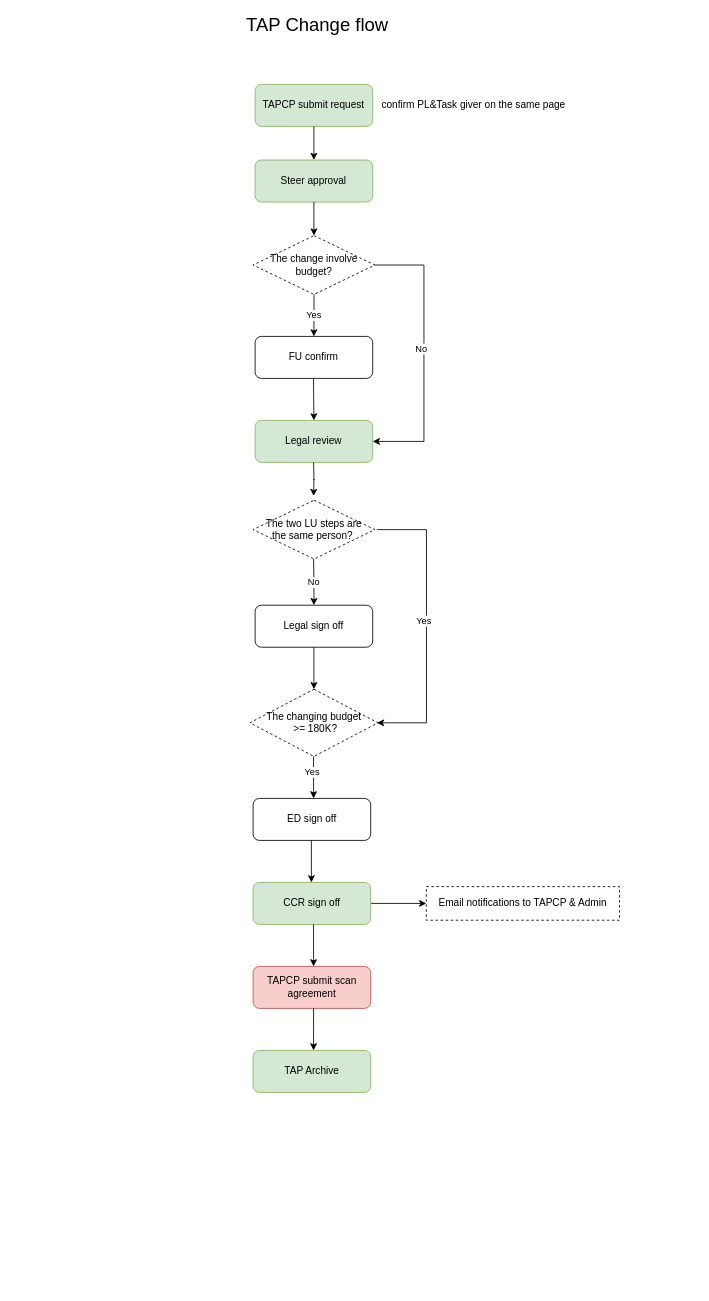
This is Untitled Diagram.drawio from ruibei/greenpeace_datahub, a draw.io file, before an edit. Source tidied: cells renumbered, new cells numbered last; positions are measured from the earlier drawing's top-left corner, leaving out a move shared by most shapes. Both pictures are drawn from the tidied source at 84%, with x=0, y=0 at pixel (241, 17).
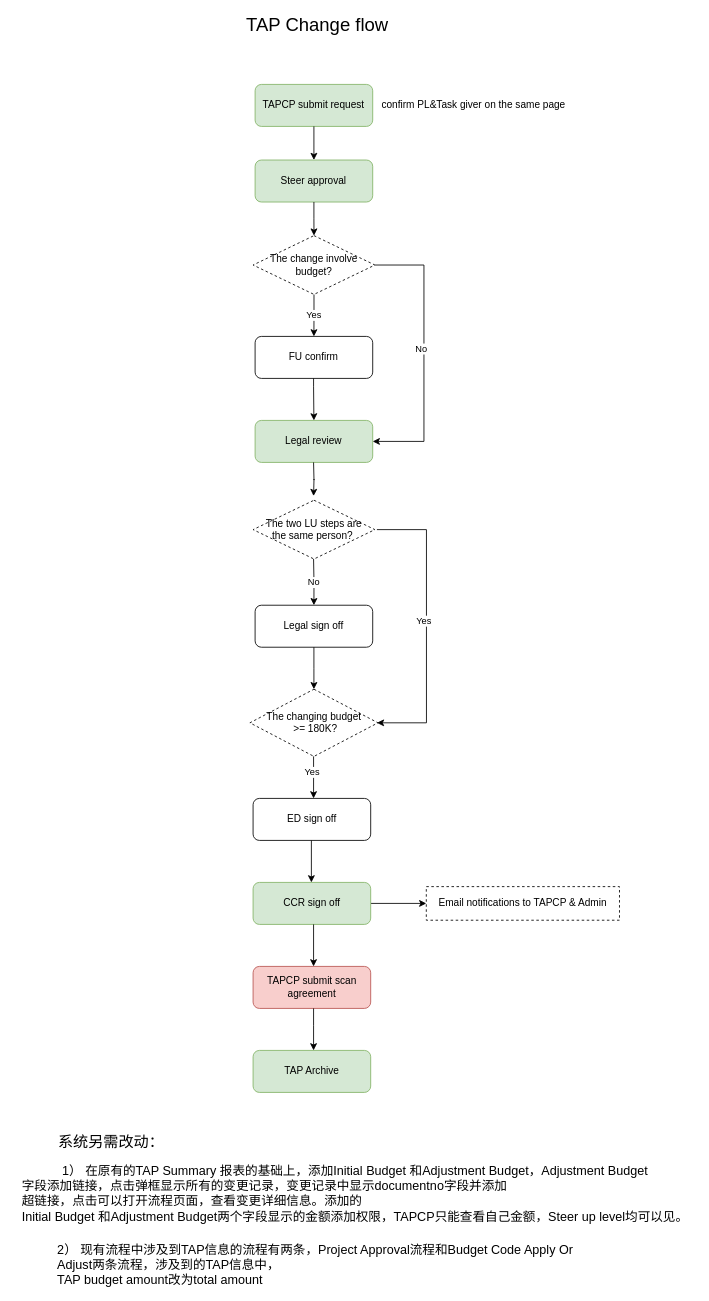
The same diagram, later.

Diff of the diagram source:
```diff
@@
+    <mxCell id="34" value="&lt;font style=&quot;font-size: 18px&quot;&gt;系统另需改动：&lt;/font&gt;" style="text;html=1;align=left;verticalAlign=middle;" parent="1" vertex="1">
+      <mxGeometry x="-220" y="1330" width="140" height="20" as="geometry" />
+    </mxCell>
+    <mxCell id="35" value="&lt;font style=&quot;font-size: 15px&quot;&gt;&lt;span style=&quot;text-align: left&quot;&gt;1）&amp;nbsp;&lt;/span&gt;&lt;span style=&quot;text-align: left&quot;&gt;在原有的TAP Summary 报表的基础上，添加Initial Budget 和Adjustment Budget，&lt;/span&gt;&lt;span style=&quot;text-align: left&quot;&gt;Adjustment Budget&lt;/span&gt;&lt;/font&gt;&lt;div style=&quot;text-align: left ; font-size: 15px&quot;&gt;&lt;font style=&quot;font-size: 15px&quot;&gt;字段添加链接，点击弹框显示所有的变更记录，变更记录中显示documentno字段并添加&lt;/font&gt;&lt;/div&gt;&lt;div style=&quot;text-align: left ; font-size: 15px&quot;&gt;&lt;font style=&quot;font-size: 15px&quot;&gt;超链接，点击可以打开流程页面，查看变更详细信息。添加的&lt;/font&gt;&lt;/div&gt;&lt;font style=&quot;font-size: 15px&quot;&gt;&lt;span style=&quot;text-align: left&quot;&gt;Initial Budget 和Adjustment Budget&lt;/span&gt;&lt;span style=&quot;text-align: left&quot;&gt;两个字段显示的金额添加权限，TAPCP只能查看自己金额，Steer up level均可以见。&lt;/span&gt;&lt;/font&gt;" style="text;html=1;align=center;verticalAlign=middle;" parent="1" vertex="1">
+      <mxGeometry x="-270" y="1370" width="810" height="60" as="geometry" />
+    </mxCell>
+    <mxCell id="36" value="&lt;font style=&quot;font-size: 15px&quot;&gt;&lt;span&gt;2） &lt;/span&gt;&lt;/font&gt;&lt;span style=&quot;font-size: 15px&quot;&gt;现有流程中涉及到TAP信息的流程有两条，Project Approval流程和Budget Code Apply Or&lt;/span&gt;&lt;div&gt;&lt;span style=&quot;font-size: 15px&quot;&gt;Adjust两条流程，涉及到的TAP信息中，&lt;/span&gt;&lt;/div&gt;&lt;span style=&quot;font-size: 15px&quot;&gt;TAP budget amount改为total amount&lt;/span&gt;" style="text;html=1;align=left;verticalAlign=middle;" parent="1" vertex="1">
+      <mxGeometry x="-221.2" y="1460" width="630" height="50" as="geometry" />
+    </mxCell>
```
